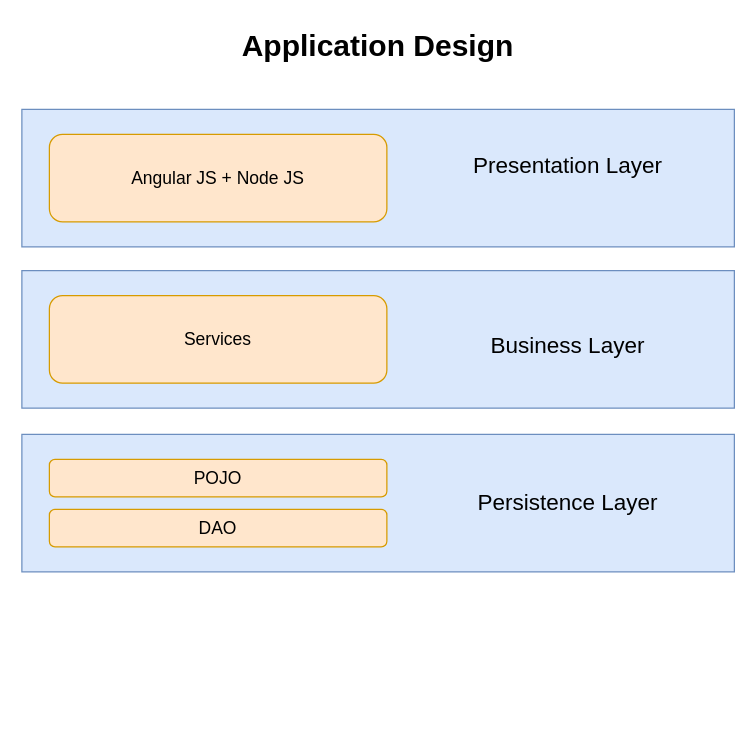
kshitijyelpale/SCS-Simulation-of-Insulin-Pump keeps this draw.io diagram as Documentation/Diagrams/Application Design.drawio. Above is the earlier version. Source tidied: cells renumbered, new cells numbered last; positions are measured from the earlier drawing's top-left corner, leaving out a move shared by most shapes. Both pictures are drawn from the tidied source at 125%, with x=0, y=0 at pixel (21, 21).
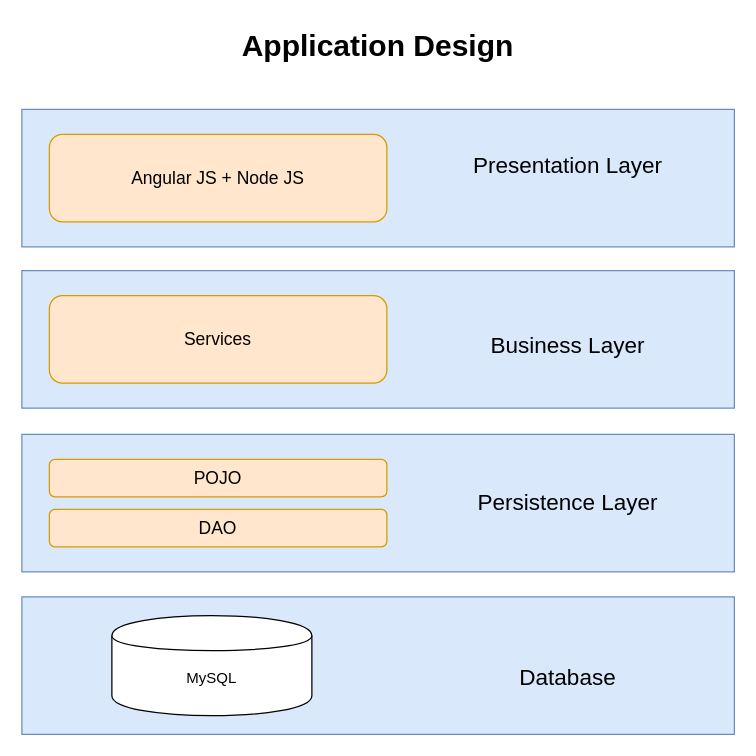
Above is the later version.

Commit message (it also covers changes not shown here):
Updated Application design

Diff of the diagram source:
```diff
@@
 <mxGraphModel>
   <root>
     <mxCell id="0" />
     <mxCell id="1" parent="0" />
     <mxCell id="2" style="rounded=0;whiteSpace=wrap;html=1;fillColor=#dae8fc;strokeColor=#6c8ebf;" parent="1" vertex="1">
       <mxGeometry y="70" width="570" height="110" as="geometry" />
     </mxCell>
     <mxCell id="3" value="&lt;font style=&quot;font-size: 14px&quot;&gt;Angular JS + Node JS&lt;/font&gt;" style="rounded=1;whiteSpace=wrap;html=1;fillColor=#ffe6cc;strokeColor=#d79b00;" parent="1" vertex="1">
       <mxGeometry x="22" y="90" width="270" height="70" as="geometry" />
     </mxCell>
     <mxCell id="4" value="&lt;font style=&quot;font-size: 18px&quot;&gt;Presentation Layer&lt;/font&gt;" style="text;html=1;strokeColor=none;fillColor=none;align=center;verticalAlign=middle;whiteSpace=wrap;rounded=0;" parent="1" vertex="1">
       <mxGeometry x="342" y="85" width="190" height="60" as="geometry" />
     </mxCell>
     <mxCell id="5" style="rounded=0;whiteSpace=wrap;html=1;fillColor=#dae8fc;strokeColor=#6c8ebf;" parent="1" vertex="1">
       <mxGeometry y="199" width="570" height="110" as="geometry" />
     </mxCell>
     <mxCell id="6" style="rounded=0;whiteSpace=wrap;html=1;fillColor=#dae8fc;strokeColor=#6c8ebf;" parent="1" vertex="1">
       <mxGeometry y="330" width="570" height="110" as="geometry" />
     </mxCell>
     <mxCell id="7" value="&lt;font style=&quot;font-size: 14px&quot;&gt;Services&lt;br&gt;&lt;/font&gt;" style="rounded=1;whiteSpace=wrap;html=1;fillColor=#ffe6cc;strokeColor=#d79b00;" parent="1" vertex="1">
       <mxGeometry x="22" y="219" width="270" height="70" as="geometry" />
     </mxCell>
     <mxCell id="8" value="&lt;font style=&quot;font-size: 14px&quot;&gt;POJO&lt;br&gt;&lt;/font&gt;" style="rounded=1;whiteSpace=wrap;html=1;fillColor=#ffe6cc;strokeColor=#d79b00;" parent="1" vertex="1">
       <mxGeometry x="22" y="350" width="270" height="30" as="geometry" />
     </mxCell>
     <mxCell id="9" value="&lt;b&gt;&lt;font style=&quot;font-size: 24px&quot;&gt;Application Design&lt;/font&gt;&lt;/b&gt;" style="text;html=1;strokeColor=none;fillColor=none;align=center;verticalAlign=middle;whiteSpace=wrap;rounded=0;" parent="1" vertex="1">
       <mxGeometry x="90" width="390" height="40" as="geometry" />
     </mxCell>
     <mxCell id="10" value="&lt;font style=&quot;font-size: 14px&quot;&gt;DAO&lt;br&gt;&lt;/font&gt;" style="rounded=1;whiteSpace=wrap;html=1;fillColor=#ffe6cc;strokeColor=#d79b00;" parent="1" vertex="1">
       <mxGeometry x="22" y="390" width="270" height="30" as="geometry" />
     </mxCell>
     <mxCell id="11" value="&lt;font style=&quot;font-size: 18px&quot;&gt;Business Layer&lt;/font&gt;" style="text;html=1;strokeColor=none;fillColor=none;align=center;verticalAlign=middle;whiteSpace=wrap;rounded=0;" parent="1" vertex="1">
       <mxGeometry x="342" y="229" width="190" height="60" as="geometry" />
     </mxCell>
     <mxCell id="12" value="&lt;font style=&quot;font-size: 18px&quot;&gt;Persistence&amp;nbsp;Layer&lt;/font&gt;" style="text;html=1;strokeColor=none;fillColor=none;align=center;verticalAlign=middle;whiteSpace=wrap;rounded=0;" parent="1" vertex="1">
       <mxGeometry x="342" y="355" width="190" height="60" as="geometry" />
     </mxCell>
+    <mxCell id="13" style="rounded=0;whiteSpace=wrap;html=1;fillColor=#dae8fc;strokeColor=#6c8ebf;" parent="1" vertex="1">
+      <mxGeometry y="460" width="570" height="110" as="geometry" />
+    </mxCell>
+    <mxCell id="14" style="shape=cylinder;whiteSpace=wrap;html=1;boundedLbl=1;backgroundOutline=1;" parent="1" vertex="1">
+      <mxGeometry x="72" y="475" width="160" height="80" as="geometry" />
+    </mxCell>
+    <mxCell id="15" value="&lt;font style=&quot;font-size: 18px&quot;&gt;Database&lt;/font&gt;" style="text;html=1;strokeColor=none;fillColor=none;align=center;verticalAlign=middle;whiteSpace=wrap;rounded=0;" parent="1" vertex="1">
+      <mxGeometry x="342" y="495" width="190" height="60" as="geometry" />
+    </mxCell>
+    <mxCell id="16" value="MySQL&lt;br&gt;" style="text;html=1;strokeColor=none;fillColor=none;align=center;verticalAlign=middle;whiteSpace=wrap;rounded=0;" parent="1" vertex="1">
+      <mxGeometry x="122" y="515" width="60" height="20" as="geometry" />
+    </mxCell>
   </root>
 </mxGraphModel>
```
